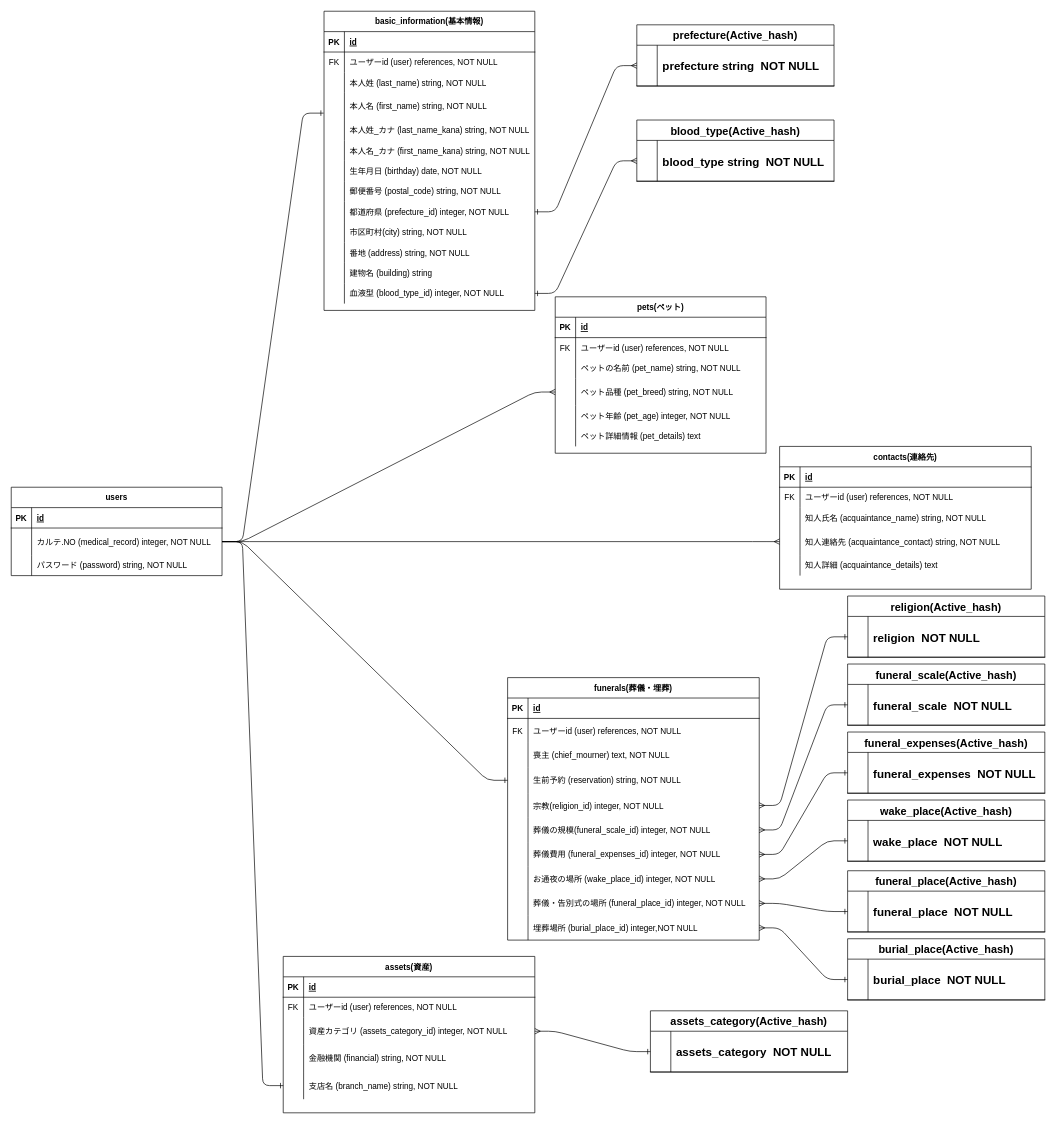
The draw.io diagram ending.dio in sutogone/ending_note, before the edit. Source tidied: cells renumbered, new cells numbered last; positions are measured from the earlier drawing's top-left corner, leaving out a move shared by most shapes. Both pictures are drawn from the tidied source at 68%, with x=0, y=0 at pixel (11, 11).
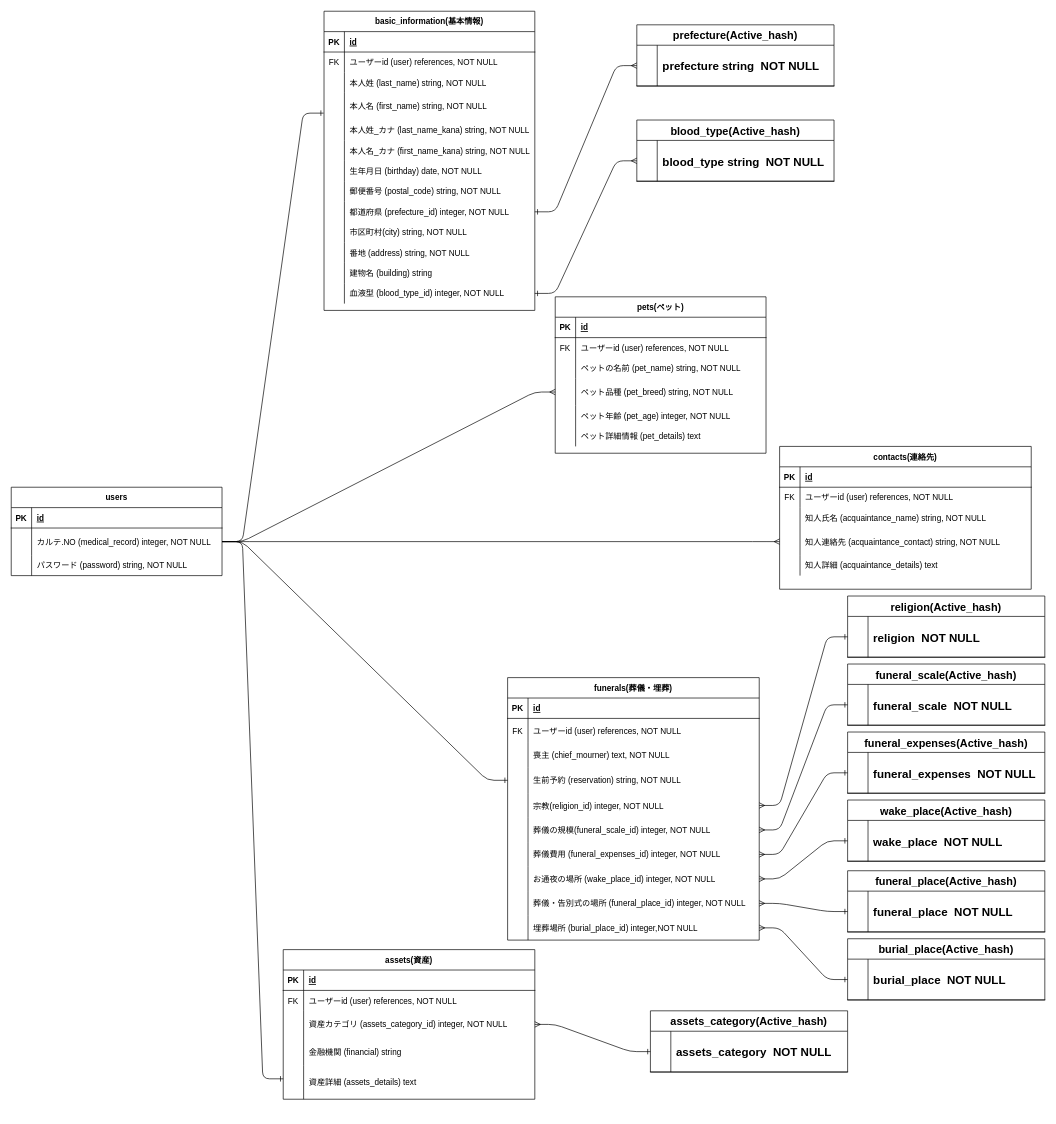
The same diagram, later.

The change refers to these unchanged cells:
```xml
<mxCell id="51" style="shape=partialRectangle;fillColor=none;top=0;left=0;bottom=0;right=0;points=[[0,0.5],[1,0.5]];portConstraint=eastwest;" parent="47" vertex="1">
  <mxGeometry y="60" width="310" height="40" as="geometry" />
</mxCell>
<mxCell id="178" style="shape=partialRectangle;fillColor=none;top=0;left=0;bottom=0;right=0;" parent="168" vertex="1">
  <mxGeometry y="130" width="370" height="40" as="geometry" />
</mxCell>
```

Change to the diagram source:
```diff
@@
-    <mxCell id="5" style="edgeStyle=entityRelationEdgeStyle;fontSize=12;html=1;endArrow=ERone;endFill=1;entryX=0;entryY=0.5;entryDx=0;entryDy=0;exitX=1;exitY=0.5;exitDx=0;exitDy=0;" parent="1" edge="1" source="51" target="181">
-      <mxGeometry relative="1" as="geometry" />
+    <mxCell id="5" style="edgeStyle=entityRelationEdgeStyle;fontSize=12;html=1;endArrow=ERone;endFill=1;entryX=0;entryY=0.5;entryDx=0;entryDy=0;exitX=1;exitY=0.5;exitDx=0;exitDy=0;" parent="1" edge="1" source="51">
+      <mxGeometry relative="1" as="geometry">
+        <mxPoint x="400" y="1570" as="targetPoint" />
+      </mxGeometry>
     </mxCell>
@@
     <mxCell id="168" value="assets(資産)" style="shape=table;startSize=30;childLayout=tableLayout;rowLines=0;fontStyle=1;align=center;" parent="1" vertex="1">
-      <mxGeometry x="400" y="1390" width="370" height="230" as="geometry" />
+      <mxGeometry x="400" y="1380" width="370" height="220" as="geometry" />
     </mxCell>
@@
-    <mxCell id="180" value="金融機関 (financial) string, NOT NULL" style="shape=partialRectangle;fillColor=none;top=0;left=0;bottom=0;right=0;align=left;spacingLeft=6;overflow=hidden;" parent="178" vertex="1">
+    <mxCell id="180" value="金融機関 (financial) string" style="shape=partialRectangle;fillColor=none;top=0;left=0;bottom=0;right=0;align=left;spacingLeft=6;overflow=hidden;" parent="178" vertex="1">
       <mxGeometry x="30" width="340" height="40" as="geometry" />
     </mxCell>
-    <mxCell id="181" style="shape=partialRectangle;fillColor=none;top=0;left=0;bottom=0;right=0;points=[[0,0.5],[1,0.5]];portConstraint=eastwest;" parent="168" vertex="1">
-      <mxGeometry y="170" width="370" height="40" as="geometry" />
-    </mxCell>
-    <mxCell id="182" style="shape=partialRectangle;fillColor=none;top=0;left=0;bottom=0;right=0;overflow=hidden;" parent="181" vertex="1">
-      <mxGeometry width="30" height="40" as="geometry" />
-    </mxCell>
-    <mxCell id="183" value="支店名 (branch_name) string, NOT NULL" style="shape=partialRectangle;fillColor=none;top=0;left=0;bottom=0;right=0;align=left;spacingLeft=6;overflow=hidden;" parent="181" vertex="1">
-      <mxGeometry x="30" width="340" height="40" as="geometry" />
-    </mxCell>
+    <mxCell id="184" style="shape=partialRectangle;fillColor=none;top=0;left=0;bottom=0;right=0;" parent="168" vertex="1">
+      <mxGeometry y="170" width="370" height="50" as="geometry" />
+    </mxCell>
+    <mxCell id="185" style="shape=partialRectangle;fillColor=none;top=0;left=0;bottom=0;right=0;overflow=hidden;" parent="184" vertex="1">
+      <mxGeometry width="30" height="50" as="geometry" />
+    </mxCell>
+    <mxCell id="186" value="資産詳細 (assets_details) text" style="shape=partialRectangle;fillColor=none;top=0;left=0;bottom=0;right=0;align=left;spacingLeft=6;overflow=hidden;" parent="184" vertex="1">
+      <mxGeometry x="30" width="340" height="50" as="geometry" />
+    </mxCell>
```
